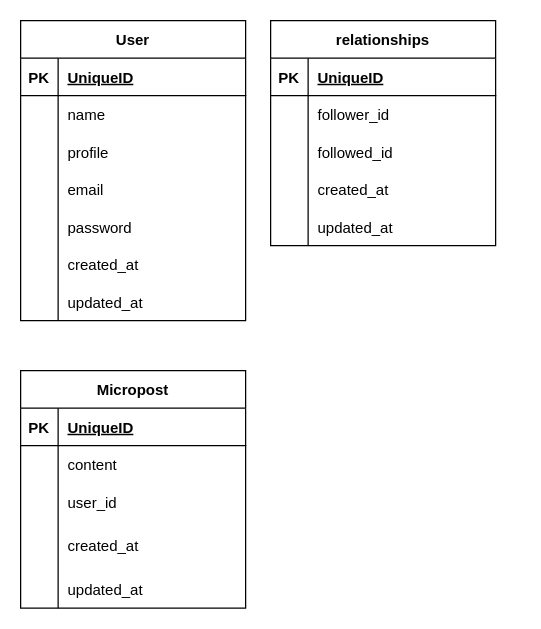
Above: table.dio in Ocha-Misaki/mini_blog (draw.io), before the change. Source tidied: cells renumbered, new cells numbered last; positions are measured from the earlier drawing's top-left corner, leaving out a move shared by most shapes. Both pictures are drawn from the tidied source at 125%, with x=0, y=0 at pixel (20, 20).
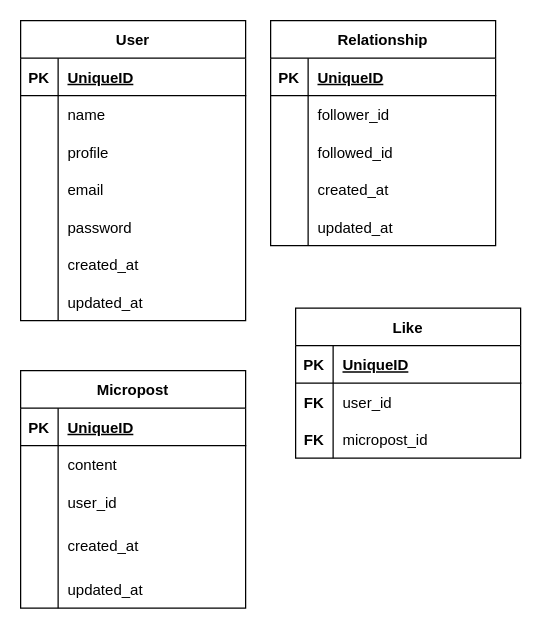
After the change.

What changed in the source:
```diff
@@
-    <mxCell id="24" value="relationships" style="shape=table;startSize=30;childLayout=tableLayout;rowLines=0;fontStyle=1;align=center;" parent="1" vertex="1">
+    <mxCell id="24" value="Relationship" style="shape=table;startSize=30;childLayout=tableLayout;rowLines=0;fontStyle=1;align=center;" parent="1" vertex="1">
       <mxGeometry x="200" width="180" height="180" as="geometry" />
     </mxCell>
@@
+    <mxCell id="56" value="Like" style="shape=table;startSize=30;childLayout=tableLayout;rowLines=0;fontStyle=1;align=center;" parent="1" vertex="1">
+      <mxGeometry x="220" y="230" width="180" height="120" as="geometry" />
+    </mxCell>
+    <mxCell id="57" style="shape=tableRow;horizontal=0;startSize=0;swimlaneHead=0;swimlaneBody=0;fillColor=none;top=0;left=0;right=0;bottom=1;" parent="56" vertex="1">
+      <mxGeometry y="30" width="180" height="30" as="geometry" />
+    </mxCell>
+    <mxCell id="58" value="PK" style="shape=partialRectangle;fillColor=none;top=0;left=0;bottom=0;right=0;fontStyle=1;overflow=hidden;" parent="57" vertex="1">
+      <mxGeometry width="30" height="30" as="geometry" />
+    </mxCell>
+    <mxCell id="59" value="UniqueID" style="shape=partialRectangle;fillColor=none;top=0;left=0;bottom=0;right=0;align=left;spacingLeft=6;fontStyle=5;overflow=hidden;" parent="57" vertex="1">
+      <mxGeometry x="30" width="150" height="30" as="geometry" />
+    </mxCell>
+    <mxCell id="60" style="shape=tableRow;horizontal=0;startSize=0;swimlaneHead=0;swimlaneBody=0;fillColor=none;top=0;left=0;right=0;bottom=0;" parent="56" vertex="1">
+      <mxGeometry y="60" width="180" height="30" as="geometry" />
+    </mxCell>
+    <mxCell id="61" value="FK" style="shape=partialRectangle;fillColor=none;top=0;left=0;bottom=0;right=0;overflow=hidden;fontStyle=1;" parent="60" vertex="1">
+      <mxGeometry width="30" height="30" as="geometry" />
+    </mxCell>
+    <mxCell id="62" value="user_id" style="shape=partialRectangle;fillColor=none;top=0;left=0;bottom=0;right=0;align=left;spacingLeft=6;overflow=hidden;" parent="60" vertex="1">
+      <mxGeometry x="30" width="150" height="30" as="geometry" />
+    </mxCell>
+    <mxCell id="63" style="shape=tableRow;horizontal=0;startSize=0;swimlaneHead=0;swimlaneBody=0;fillColor=none;top=0;left=0;right=0;bottom=0;" parent="56" vertex="1">
+      <mxGeometry y="90" width="180" height="30" as="geometry" />
+    </mxCell>
+    <mxCell id="64" value="FK" style="shape=partialRectangle;fillColor=none;top=0;left=0;bottom=0;right=0;overflow=hidden;fontStyle=1;" parent="63" vertex="1">
+      <mxGeometry width="30" height="30" as="geometry" />
+    </mxCell>
+    <mxCell id="65" value="micropost_id" style="shape=partialRectangle;fillColor=none;top=0;left=0;bottom=0;right=0;align=left;spacingLeft=6;overflow=hidden;" parent="63" vertex="1">
+      <mxGeometry x="30" width="150" height="30" as="geometry" />
+    </mxCell>
```
